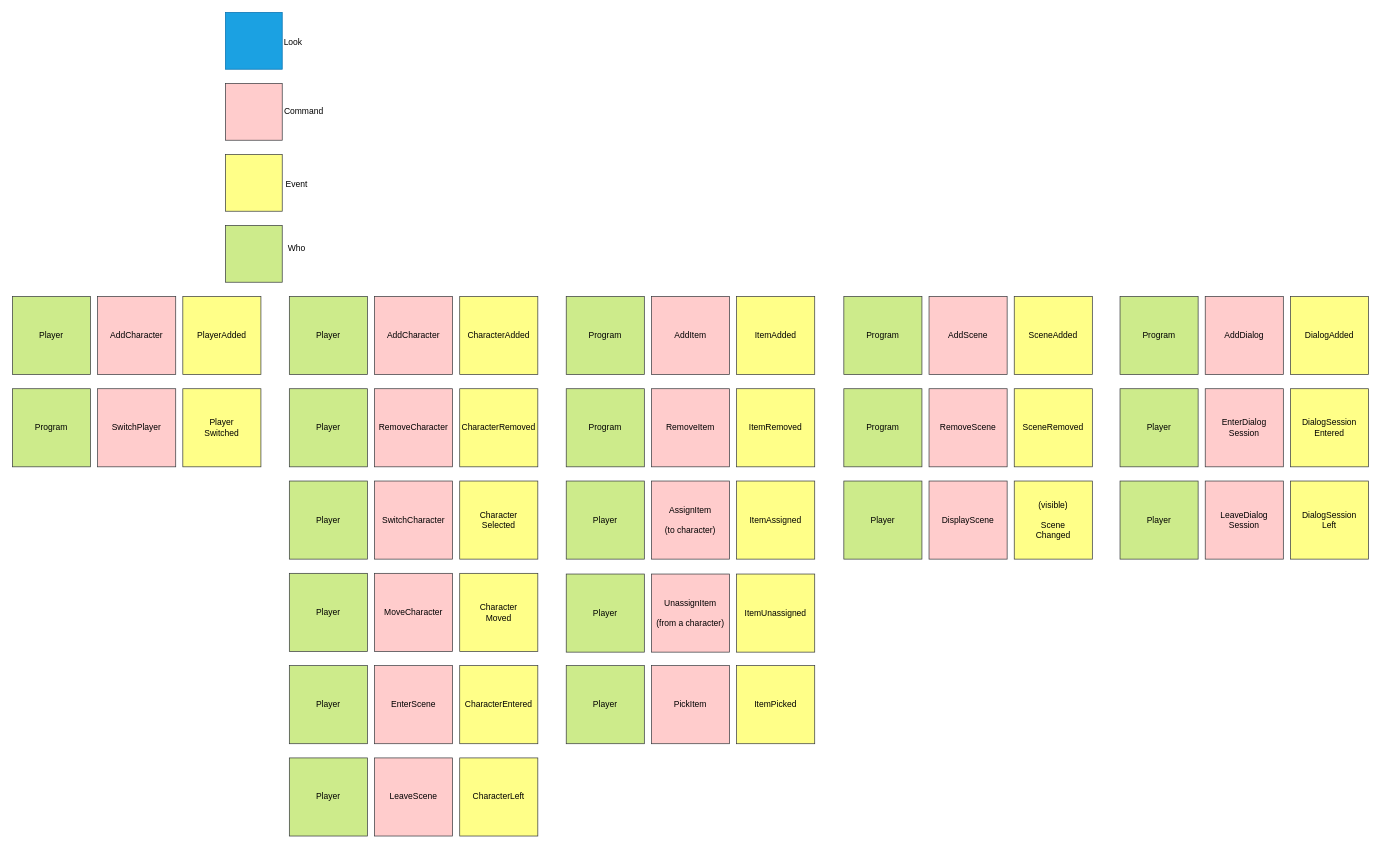
This is page "Stickers" (1 of 4) of doc/dev/EventStorming.drawio from lspawn74/Medness, a draw.io file, before an edit. Source tidied: cells renumbered, new cells numbered last; positions are measured from the earlier drawing's top-left corner, leaving out a move shared by most shapes. Both pictures are drawn from the tidied source at 71%, with x=0, y=0 at pixel (12, 12).
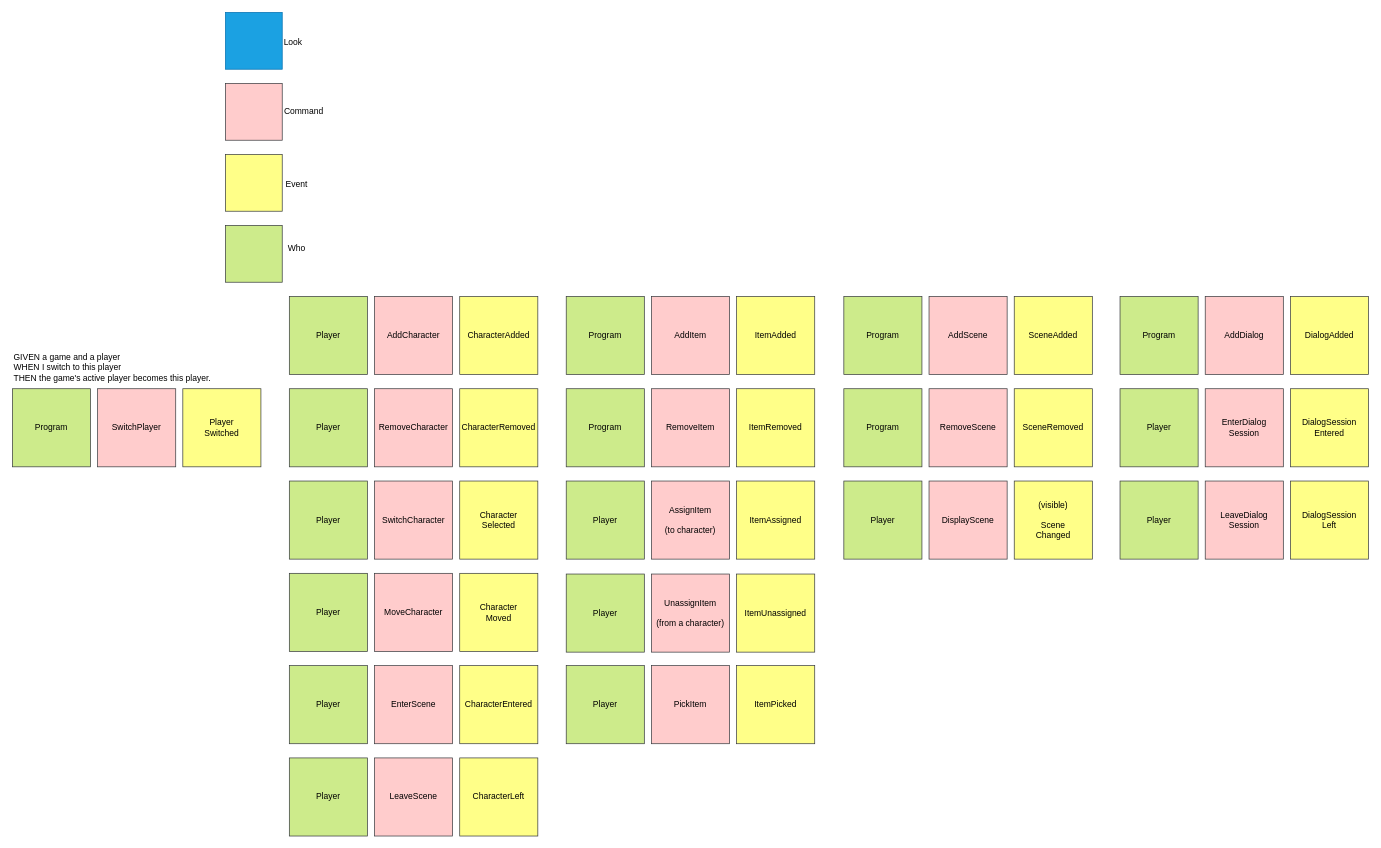
After the change.

Diff of the diagram source:
```diff
@@
-    <mxCell id="70" style="group;" parent="1" vertex="1">
-      <mxGeometry y="400" width="350" height="110" as="geometry" />
-    </mxCell>
-    <mxCell id="71" value="PlayerAdded" style="whiteSpace=wrap;html=1;fillColor=#ffff88;strokeColor=#36393d;fontColor=#000000;" parent="70" vertex="1">
-      <mxGeometry x="240" width="110" height="110" as="geometry" />
-    </mxCell>
-    <mxCell id="72" value="Player" style="whiteSpace=wrap;html=1;fillColor=#cdeb8b;strokeColor=#36393d;fontColor=#000000;" parent="70" vertex="1">
-      <mxGeometry width="110" height="110" as="geometry" />
-    </mxCell>
-    <mxCell id="73" value="AddCharacter" style="whiteSpace=wrap;html=1;fillColor=#ffcccc;strokeColor=#36393d;fontColor=#000000;" parent="70" vertex="1">
-      <mxGeometry x="120" width="110" height="110" as="geometry" />
-    </mxCell>
@@
+    <mxCell id="86" value="GIVEN a game and a player&lt;div&gt;WHEN I switch to this player&lt;/div&gt;&lt;div&gt;THEN the game's active player becomes this player.&lt;/div&gt;" style="text;html=1;align=left;verticalAlign=middle;strokeColor=none;fillColor=none;" parent="1" vertex="1">
+      <mxGeometry y="470" width="300" height="60" as="geometry" />
+    </mxCell>
```
